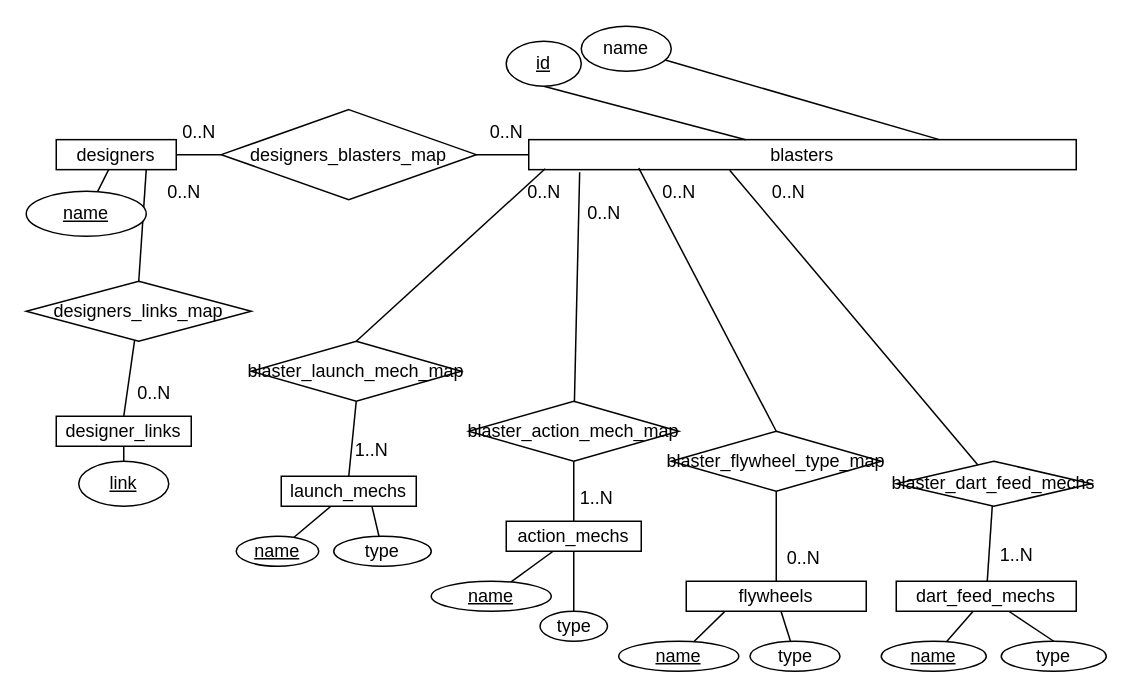
Above: docs/ERD.drawio in SabreBirdOne/BlasterBrowser (draw.io), before the change. Source tidied: cells renumbered, new cells numbered last; positions are measured from the earlier drawing's top-left corner, leaving out a move shared by most shapes. Both pictures are drawn from the tidied source at 150%, with x=0, y=0 at pixel (26, 26).
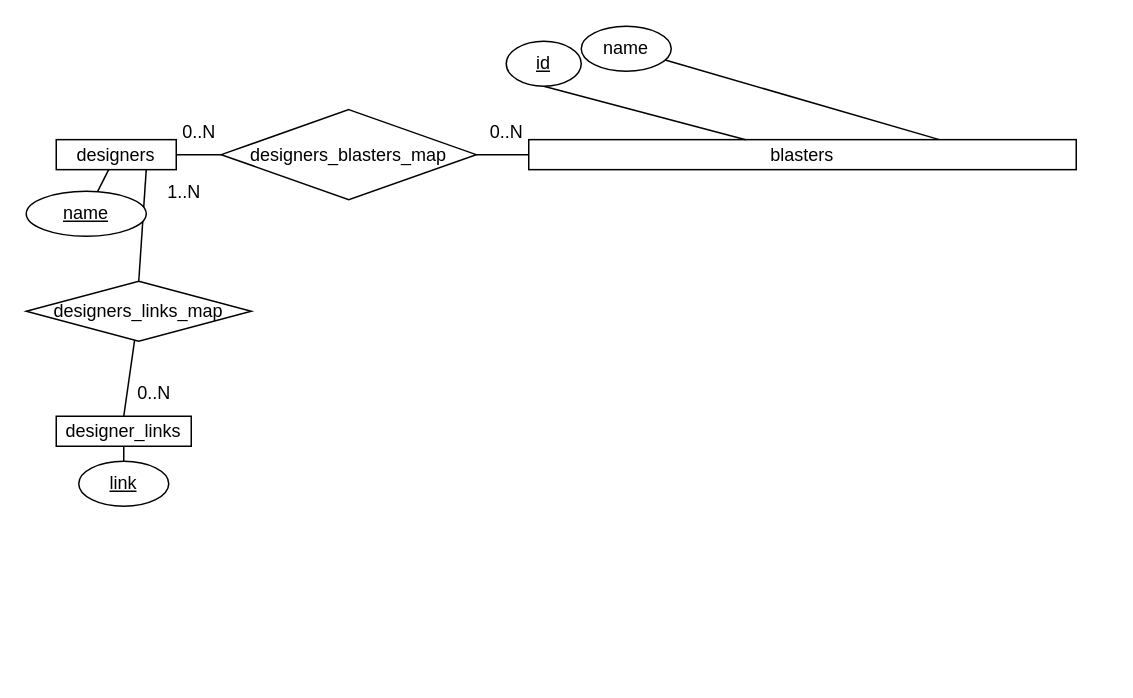
The same page after the edit.

Commit message (it also covers changes not shown here):
Working on ERD

The change refers to these unchanged cells:
```xml
<mxCell id="10" value="blasters" style="rounded=0;whiteSpace=wrap;html=1;" parent="1" vertex="1">
  <mxGeometry x="335" y="75.6" width="365" height="20" as="geometry" />
</mxCell>
```

Change to the diagram source:
```diff
@@
-    <mxCell id="23" value="0..N" style="text;html=1;align=center;verticalAlign=middle;strokeColor=none;fillColor=none;" parent="1" vertex="1">
+    <mxCell id="23" value="1..N" style="text;html=1;align=center;verticalAlign=middle;strokeColor=none;fillColor=none;" parent="1" vertex="1">
       <mxGeometry x="80" y="95.6" width="50" height="30" as="geometry" />
     </mxCell>
-    <mxCell id="24" style="rounded=0;jettySize=auto;html=1;endArrow=none;endFill=0;exitX=0.67;exitY=0.971;exitDx=0;exitDy=0;exitPerimeter=0;" parent="1" edge="1" source="26" target="27">
-      <mxGeometry relative="1" as="geometry" />
-    </mxCell>
-    <mxCell id="25" style="rounded=0;jettySize=auto;html=1;endArrow=none;endFill=0;" parent="1" edge="1" source="26" target="51">
-      <mxGeometry relative="1" as="geometry" />
-    </mxCell>
-    <mxCell id="26" value="launch_mechs" style="whiteSpace=wrap;html=1;" parent="1" vertex="1">
-      <mxGeometry x="170" y="300" width="90" height="20" as="geometry" />
-    </mxCell>
-    <mxCell id="27" value="type" style="ellipse;whiteSpace=wrap;html=1;" parent="1" vertex="1">
-      <mxGeometry x="205" y="340" width="65" height="20" as="geometry" />
-    </mxCell>
-    <mxCell id="28" style="rounded=0;jettySize=auto;html=1;entryX=0.5;entryY=0;entryDx=0;entryDy=0;endArrow=none;endFill=0;exitX=0.5;exitY=1;exitDx=0;exitDy=0;" parent="1" edge="1" source="30" target="26">
-      <mxGeometry relative="1" as="geometry" />
-    </mxCell>
-    <mxCell id="29" style="rounded=0;jettySize=auto;html=1;entryX=0.03;entryY=0.969;entryDx=0;entryDy=0;entryPerimeter=0;endArrow=none;endFill=0;exitX=0.5;exitY=0;exitDx=0;exitDy=0;" parent="1" edge="1" source="30" target="10">
-      <mxGeometry relative="1" as="geometry" />
-    </mxCell>
-    <mxCell id="30" value="blaster_launch_mech_map" style="rhombus;whiteSpace=wrap;html=1;" parent="1" vertex="1">
-      <mxGeometry x="150" y="210" width="140" height="40" as="geometry" />
-    </mxCell>
-    <mxCell id="31" style="rounded=0;jettySize=auto;html=1;endArrow=none;endFill=0;" parent="1" edge="1" source="33" target="34">
-      <mxGeometry relative="1" as="geometry" />
-    </mxCell>
-    <mxCell id="32" style="rounded=0;jettySize=auto;html=1;endArrow=none;endFill=0;" parent="1" edge="1" source="33" target="52">
-      <mxGeometry relative="1" as="geometry" />
-    </mxCell>
-    <mxCell id="33" value="action_mechs" style="whiteSpace=wrap;html=1;" parent="1" vertex="1">
-      <mxGeometry x="320" y="330" width="90" height="20" as="geometry" />
-    </mxCell>
-    <mxCell id="34" value="&lt;u&gt;name&lt;/u&gt;" style="ellipse;whiteSpace=wrap;html=1;" parent="1" vertex="1">
-      <mxGeometry x="270" y="370" width="80" height="20" as="geometry" />
-    </mxCell>
-    <mxCell id="35" value="1..N" style="text;html=1;align=center;verticalAlign=middle;strokeColor=none;fillColor=none;" parent="1" vertex="1">
-      <mxGeometry x="205" y="268" width="50" height="30" as="geometry" />
-    </mxCell>
-    <mxCell id="36" value="0..N" style="text;html=1;align=center;verticalAlign=middle;strokeColor=none;fillColor=none;" parent="1" vertex="1">
-      <mxGeometry x="320" y="95.6" width="50" height="30" as="geometry" />
-    </mxCell>
-    <mxCell id="37" style="rounded=0;jettySize=auto;html=1;entryX=0.5;entryY=0;entryDx=0;entryDy=0;endArrow=none;endFill=0;" parent="1" edge="1" source="39" target="33">
-      <mxGeometry relative="1" as="geometry" />
-    </mxCell>
-    <mxCell id="38" style="rounded=0;jettySize=auto;html=1;endArrow=none;endFill=0;entryX=0.093;entryY=1.087;entryDx=0;entryDy=0;entryPerimeter=0;" parent="1" edge="1" source="39" target="10">
-      <mxGeometry relative="1" as="geometry" />
-    </mxCell>
-    <mxCell id="39" value="blaster_action_mech_map" style="rhombus;whiteSpace=wrap;html=1;" parent="1" vertex="1">
-      <mxGeometry x="295" y="250" width="140" height="40" as="geometry" />
-    </mxCell>
-    <mxCell id="40" value="1..N" style="text;html=1;align=center;verticalAlign=middle;strokeColor=none;fillColor=none;" parent="1" vertex="1">
-      <mxGeometry x="355" y="300" width="50" height="30" as="geometry" />
-    </mxCell>
-    <mxCell id="41" value="0..N" style="text;html=1;align=center;verticalAlign=middle;strokeColor=none;fillColor=none;" parent="1" vertex="1">
-      <mxGeometry x="360" y="110" width="50" height="30" as="geometry" />
-    </mxCell>
-    <mxCell id="42" style="rounded=0;jettySize=auto;html=1;endArrow=none;endFill=0;exitX=0.212;exitY=1.022;exitDx=0;exitDy=0;exitPerimeter=0;" parent="1" edge="1" source="45" target="46">
-      <mxGeometry relative="1" as="geometry" />
-    </mxCell>
-    <mxCell id="43" style="rounded=0;jettySize=auto;html=1;entryX=0.5;entryY=1;entryDx=0;entryDy=0;endArrow=none;endFill=0;" parent="1" edge="1" source="45" target="48">
-      <mxGeometry relative="1" as="geometry" />
-    </mxCell>
-    <mxCell id="44" style="rounded=0;jettySize=auto;html=1;endArrow=none;endFill=0;" parent="1" edge="1" source="45" target="53">
-      <mxGeometry relative="1" as="geometry" />
-    </mxCell>
-    <mxCell id="45" value="flywheels" style="whiteSpace=wrap;html=1;" parent="1" vertex="1">
-      <mxGeometry x="440" y="370" width="120" height="20" as="geometry" />
-    </mxCell>
-    <mxCell id="46" value="&lt;u&gt;name&lt;/u&gt;" style="ellipse;whiteSpace=wrap;html=1;" parent="1" vertex="1">
-      <mxGeometry x="395" y="410" width="80" height="20" as="geometry" />
-    </mxCell>
-    <mxCell id="47" style="rounded=0;jettySize=auto;html=1;entryX=0.201;entryY=0.949;entryDx=0;entryDy=0;entryPerimeter=0;endArrow=none;endFill=0;exitX=0.5;exitY=0;exitDx=0;exitDy=0;" parent="1" edge="1" source="48" target="10">
-      <mxGeometry relative="1" as="geometry" />
-    </mxCell>
-    <mxCell id="48" value="blaster_flywheel_type_map" style="rhombus;whiteSpace=wrap;html=1;" parent="1" vertex="1">
-      <mxGeometry x="430" y="270" width="140" height="40" as="geometry" />
-    </mxCell>
-    <mxCell id="49" value="0..N" style="text;html=1;align=center;verticalAlign=middle;strokeColor=none;fillColor=none;" parent="1" vertex="1">
-      <mxGeometry x="410" y="95.6" width="50" height="30" as="geometry" />
-    </mxCell>
-    <mxCell id="50" value="0..N" style="text;html=1;align=center;verticalAlign=middle;strokeColor=none;fillColor=none;" parent="1" vertex="1">
-      <mxGeometry x="492.5" y="340" width="50" height="30" as="geometry" />
-    </mxCell>
-    <mxCell id="51" value="&lt;u&gt;name&lt;/u&gt;" style="ellipse;whiteSpace=wrap;html=1;" parent="1" vertex="1">
-      <mxGeometry x="140" y="340" width="55" height="20" as="geometry" />
-    </mxCell>
-    <mxCell id="52" value="type" style="ellipse;whiteSpace=wrap;html=1;" parent="1" vertex="1">
-      <mxGeometry x="342.5" y="390" width="45" height="20" as="geometry" />
-    </mxCell>
-    <mxCell id="53" value="type" style="ellipse;whiteSpace=wrap;html=1;" parent="1" vertex="1">
-      <mxGeometry x="482.5" y="410" width="60" height="20" as="geometry" />
-    </mxCell>
-    <mxCell id="54" style="rounded=0;jettySize=auto;html=1;endArrow=none;endFill=0;" parent="1" edge="1" source="57" target="58">
-      <mxGeometry relative="1" as="geometry" />
-    </mxCell>
-    <mxCell id="55" style="rounded=0;jettySize=auto;html=1;endArrow=none;endFill=0;entryX=0.5;entryY=0;entryDx=0;entryDy=0;" parent="1" edge="1" source="57" target="59">
-      <mxGeometry relative="1" as="geometry" />
-    </mxCell>
-    <mxCell id="56" style="rounded=0;jettySize=auto;html=1;endArrow=none;endFill=0;" parent="1" edge="1" source="57" target="61">
-      <mxGeometry relative="1" as="geometry" />
-    </mxCell>
-    <mxCell id="57" value="dart_feed_mechs" style="whiteSpace=wrap;html=1;" parent="1" vertex="1">
-      <mxGeometry x="580" y="370" width="120" height="20" as="geometry" />
-    </mxCell>
-    <mxCell id="58" value="&lt;u&gt;name&lt;/u&gt;" style="ellipse;whiteSpace=wrap;html=1;" parent="1" vertex="1">
-      <mxGeometry x="570" y="410" width="70" height="20" as="geometry" />
-    </mxCell>
-    <mxCell id="59" value="type" style="ellipse;whiteSpace=wrap;html=1;" parent="1" vertex="1">
-      <mxGeometry x="650" y="410" width="70" height="20" as="geometry" />
-    </mxCell>
-    <mxCell id="60" style="rounded=0;jettySize=auto;html=1;entryX=0.367;entryY=1.018;entryDx=0;entryDy=0;entryPerimeter=0;endArrow=none;endFill=0;" parent="1" edge="1" source="61" target="10">
-      <mxGeometry relative="1" as="geometry" />
-    </mxCell>
-    <mxCell id="61" value="blaster_dart_feed_mechs" style="rhombus;whiteSpace=wrap;html=1;" parent="1" vertex="1">
-      <mxGeometry x="580" y="290" width="130" height="30" as="geometry" />
-    </mxCell>
-    <mxCell id="62" value="1..N" style="text;html=1;align=center;verticalAlign=middle;strokeColor=none;fillColor=none;" parent="1" vertex="1">
-      <mxGeometry x="635" y="338" width="50" height="30" as="geometry" />
-    </mxCell>
-    <mxCell id="63" value="0..N" style="text;html=1;align=center;verticalAlign=middle;strokeColor=none;fillColor=none;" parent="1" vertex="1">
-      <mxGeometry x="482.5" y="95.6" width="50" height="30" as="geometry" />
-    </mxCell>
```
